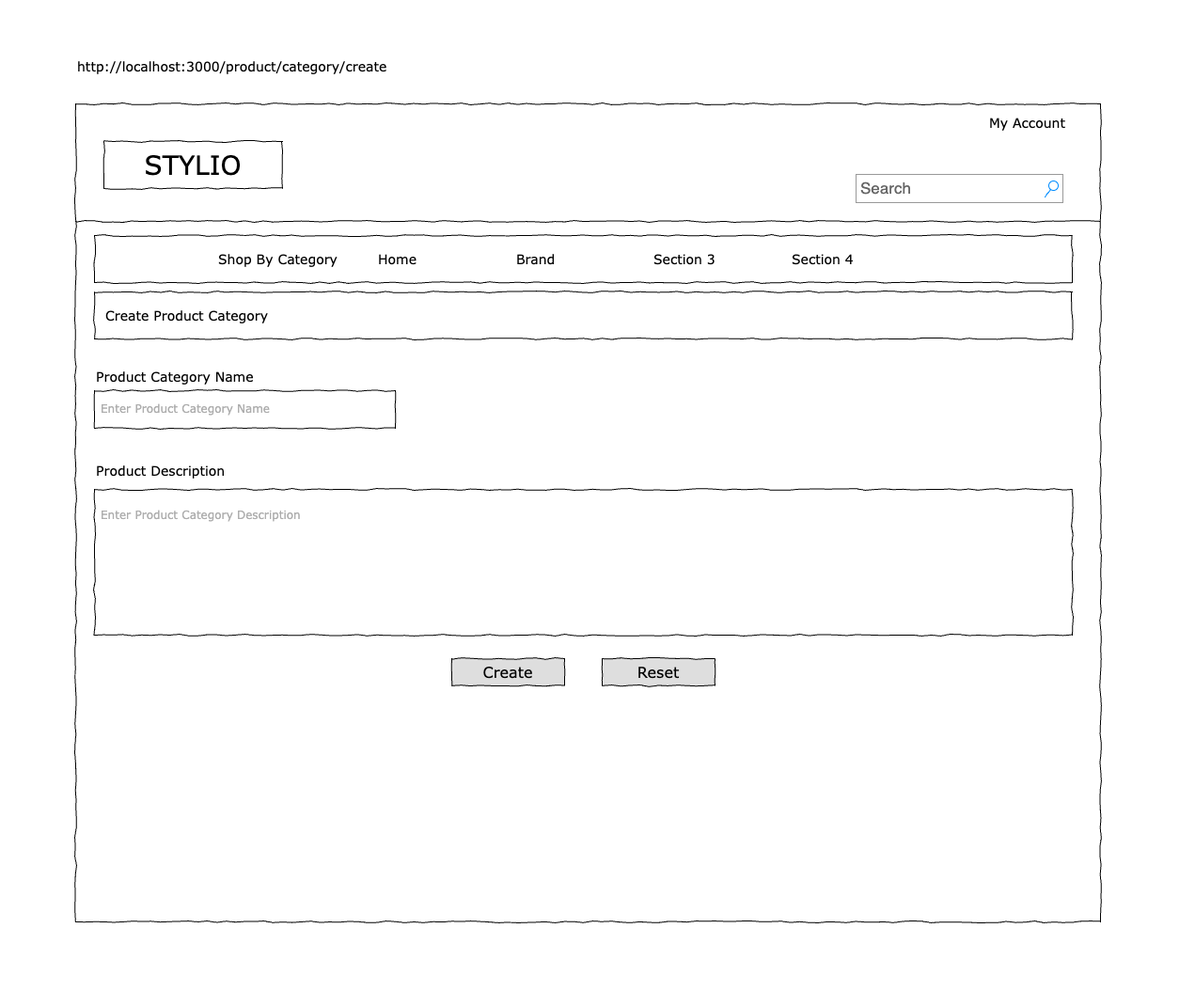
Before: stylio/create_product_category.png, a diagram exported from draw.io (reshmanidhish/diagrams). Source tidied: cells renumbered, new cells last; positions are measured from the earlier drawing's top-left corner, leaving out a move shared by most shapes.
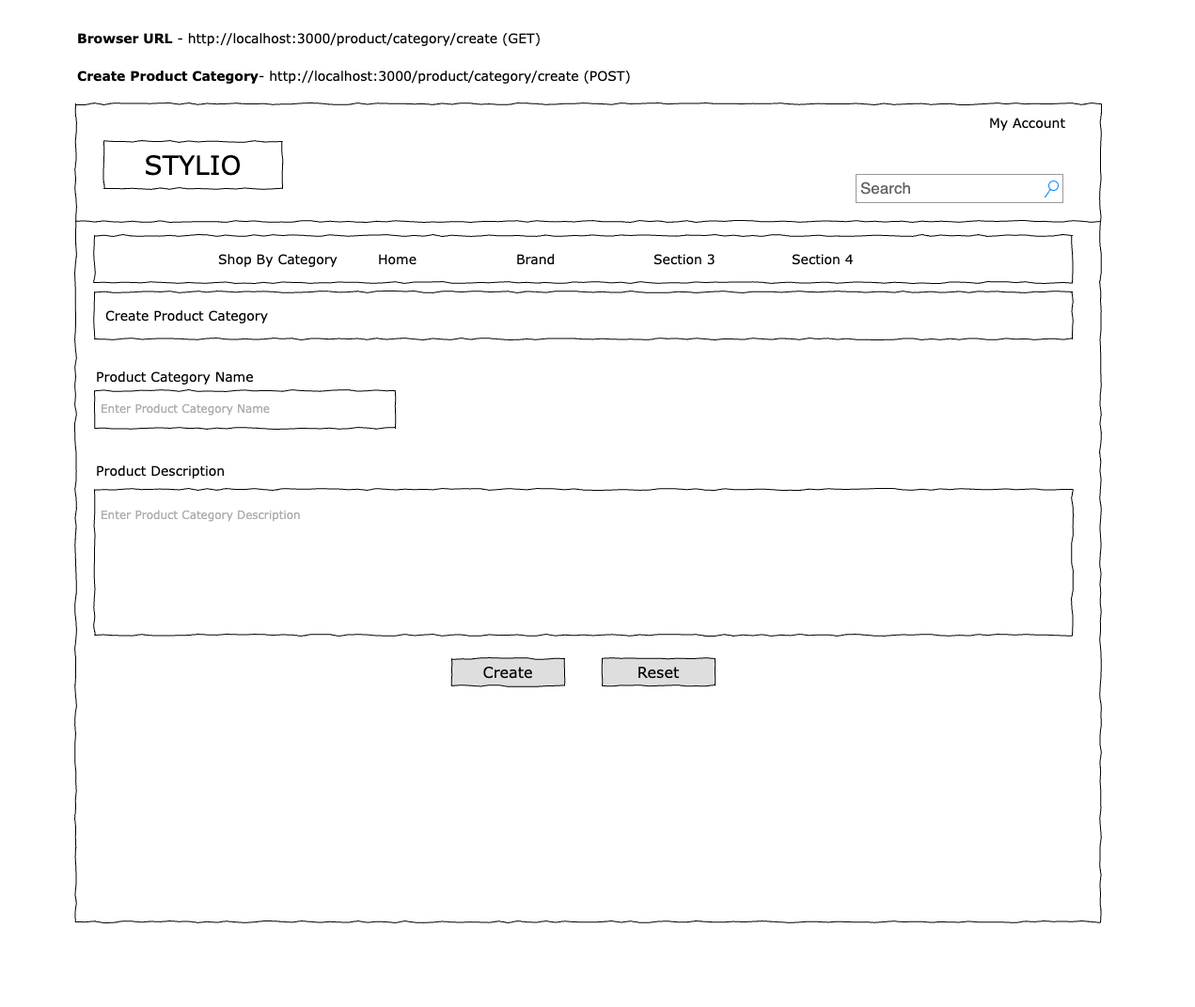
The same file after the commit.

Change to the diagram source:
```diff
@@ -41,9 +41,6 @@
     <mxCell id="14" value="Create Product Category" style="text;html=1;align=left;verticalAlign=top;spacingTop=-4;fontSize=14;fontFamily=Verdana;" parent="1" vertex="1">
       <mxGeometry x="110" y="325" width="60" height="20" as="geometry" />
     </mxCell>
-    <mxCell id="15" value="http://localhost:3000/product/category/create" style="text;html=1;align=left;verticalAlign=top;spacingTop=-4;fontSize=14;fontFamily=Verdana;" parent="1" vertex="1">
-      <mxGeometry x="80" y="60" width="60" height="20" as="geometry" />
-    </mxCell>
     <mxCell id="16" value="&amp;nbsp; &amp;nbsp; &amp;nbsp; &amp;nbsp; &amp;nbsp;&amp;nbsp;" style="text;html=1;align=left;verticalAlign=top;spacingTop=-4;fontSize=14;fontFamily=Verdana;" parent="1" vertex="1">
       <mxGeometry y="265" width="60" height="20" as="geometry" />
     </mxCell>
@@ -74,5 +71,11 @@
     <mxCell id="25" value="&amp;nbsp; &amp;nbsp; &amp;nbsp; &amp;nbsp; &amp;nbsp;&amp;nbsp;" style="text;html=1;align=left;verticalAlign=top;spacingTop=-4;fontSize=14;fontFamily=Verdana;" parent="1" vertex="1">
       <mxGeometry x="570" y="1050" width="60" height="20" as="geometry" />
     </mxCell>
+    <mxCell id="26" value="&lt;b&gt;Browser URL&lt;/b&gt; - http://localhost:3000/product/category/create&amp;nbsp;(GET)" style="text;html=1;align=left;verticalAlign=top;spacingTop=-4;fontSize=14;fontFamily=Verdana;" parent="1" vertex="1">
+      <mxGeometry x="80" y="30" width="480" height="20" as="geometry" />
+    </mxCell>
+    <mxCell id="27" value="&lt;b&gt;Create Product&lt;/b&gt;&amp;nbsp;&lt;b&gt;Category&lt;/b&gt;- http://localhost:3000/product/category/create&amp;nbsp;(POST)" style="text;html=1;align=left;verticalAlign=top;spacingTop=-4;fontSize=14;fontFamily=Verdana;" parent="1" vertex="1">
+      <mxGeometry x="80" y="70" width="590" height="20" as="geometry" />
+    </mxCell>
   </root>
 </mxGraphModel>
```
